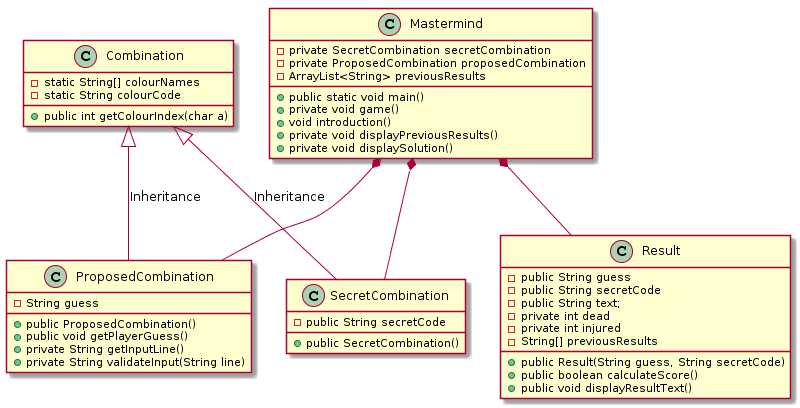
Above: Sources/version1.2.0.png in reymon359/java-mastermind (PlantUML), before the change.
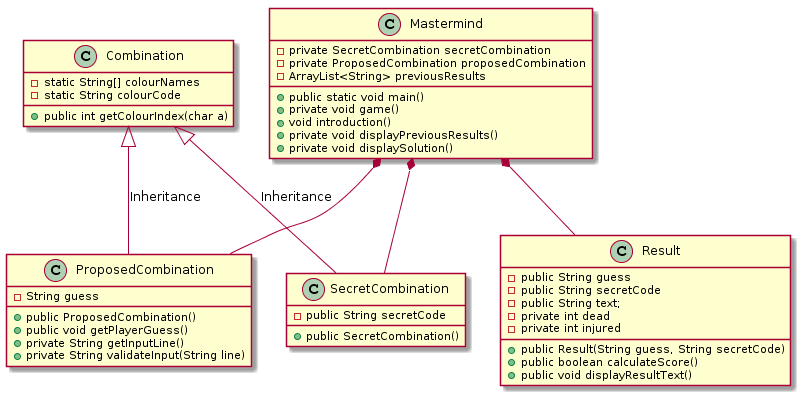
Later version of the same file.

Diff of the diagram source:
```diff
@@ -35,7 +35,6 @@
  -public String text;
  -private int dead
  -private int injured
- -String[] previousResults
  +public Result(String guess, String secretCode)
  +public boolean calculateScore()
  +public void displayResultText()
```
